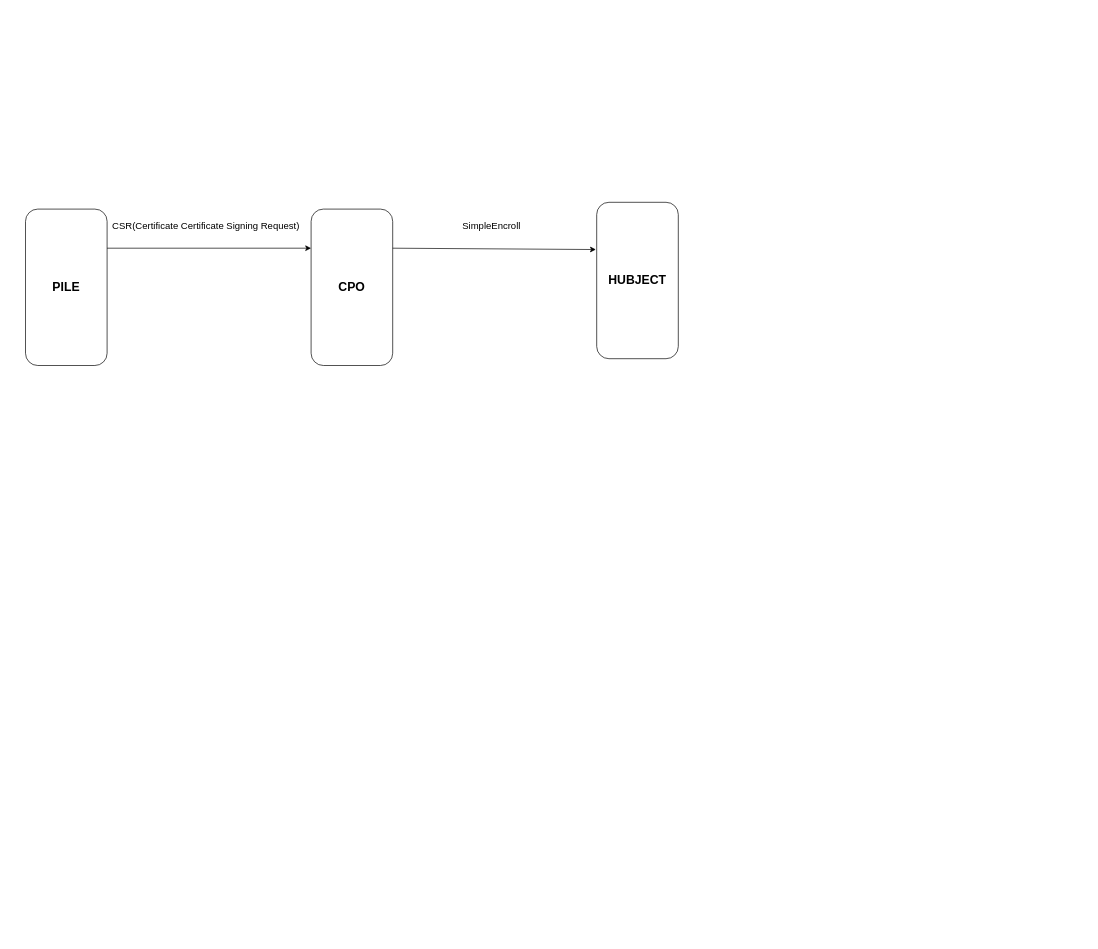
This is Untitled Diagram.drawio from piaoransheng/draw.io, a draw.io file, before an edit. Source tidied: cells renumbered, new cells numbered last; positions are measured from the earlier drawing's top-left corner, leaving out a move shared by most shapes. Both pictures are drawn from the tidied source at 68%, with x=0, y=0 at pixel (25, 202).
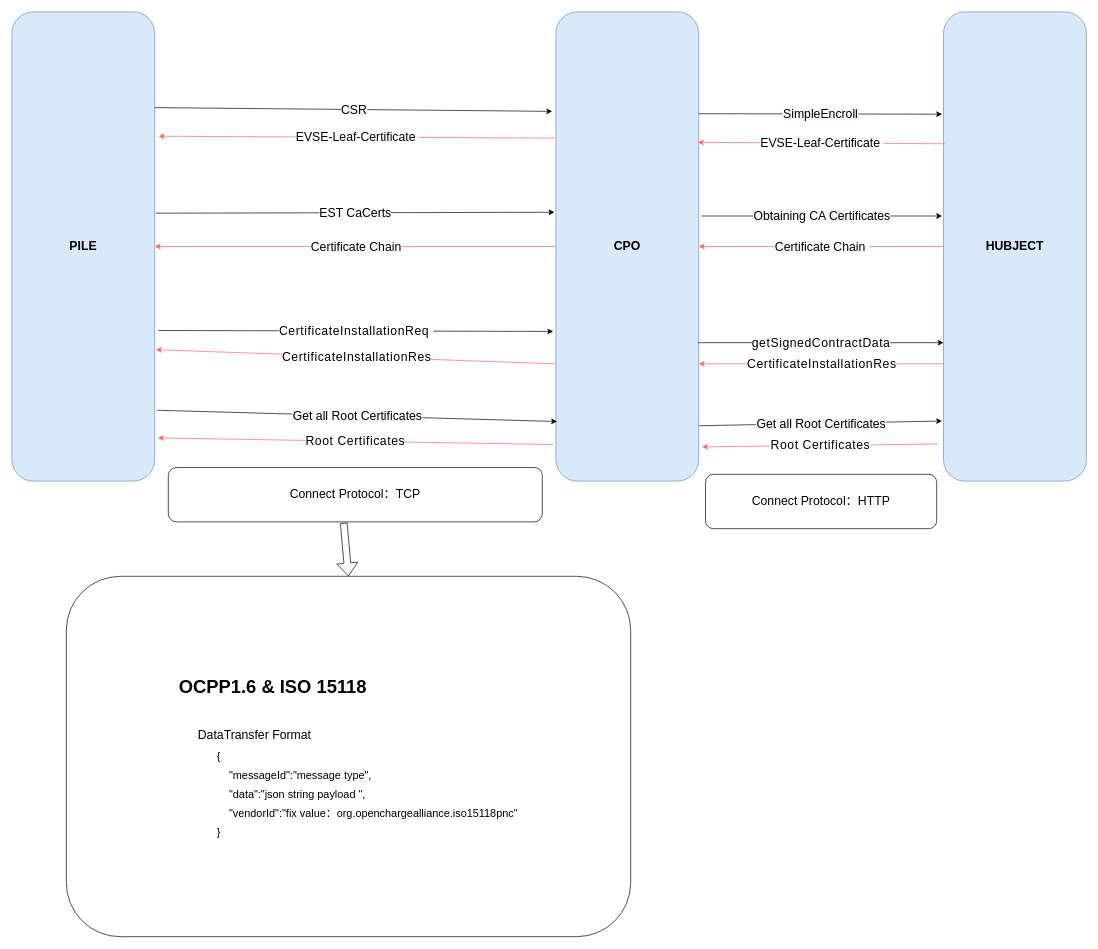
After the change.

Change to the diagram source:
```diff
@@
-    <mxCell id="2" value="&lt;b&gt;&lt;font style=&quot;font-size: 18px;&quot;&gt;PILE&lt;/font&gt;&lt;/b&gt;" style="rounded=1;whiteSpace=wrap;html=1;fontSize=12;glass=0;strokeWidth=1;shadow=0;" parent="1" vertex="1">
-      <mxGeometry y="10" width="120" height="230" as="geometry" />
+    <mxCell id="2" value="&lt;b&gt;&lt;font style=&quot;font-size: 18px;&quot;&gt;PILE&lt;/font&gt;&lt;/b&gt;" style="rounded=1;whiteSpace=wrap;html=1;fontSize=12;glass=0;strokeWidth=1;shadow=0;fillColor=#dae8fc;strokeColor=#6c8ebf;" parent="1" vertex="1">
+      <mxGeometry x="-20" y="-280" width="210" height="690" as="geometry" />
     </mxCell>
-    <mxCell id="3" value="&lt;b&gt;&lt;font style=&quot;font-size: 18px;&quot;&gt;CPO&lt;/font&gt;&lt;/b&gt;" style="rounded=1;whiteSpace=wrap;html=1;fontSize=12;glass=0;strokeWidth=1;shadow=0;" parent="1" vertex="1">
-      <mxGeometry x="420" y="10" width="120" height="230" as="geometry" />
+    <mxCell id="3" value="&lt;b&gt;&lt;font style=&quot;font-size: 18px;&quot;&gt;CPO&lt;/font&gt;&lt;/b&gt;" style="rounded=1;whiteSpace=wrap;html=1;fontSize=12;glass=0;strokeWidth=1;shadow=0;fillColor=#dae8fc;strokeColor=#6c8ebf;" parent="1" vertex="1">
+      <mxGeometry x="780" y="-280" width="210" height="690" as="geometry" />
     </mxCell>
-    <mxCell id="4" style="endArrow=classic;html=1;rounded=0;fontSize=14;entryX=0;entryY=0.25;entryDx=0;entryDy=0;exitX=1;exitY=0.25;exitDx=0;exitDy=0;" parent="1" edge="1" source="2" target="3">
-      <mxGeometry relative="1" as="geometry" />
-    </mxCell>
-    <mxCell id="5" style="endArrow=classic;html=1;rounded=0;fontSize=14;exitX=1;exitY=0.25;exitDx=0;exitDy=0;entryX=-0.01;entryY=0.302;entryDx=0;entryDy=0;entryPerimeter=0;" parent="1" edge="1" source="3" target="6">
-      <mxGeometry relative="1" as="geometry" />
-    </mxCell>
-    <mxCell id="6" value="&lt;b&gt;&lt;font style=&quot;font-size: 18px;&quot;&gt;HUBJECT&lt;/font&gt;&lt;/b&gt;" style="rounded=1;whiteSpace=wrap;html=1;fontSize=12;glass=0;strokeWidth=1;shadow=0;" parent="1" vertex="1">
-      <mxGeometry x="840" width="120" height="230" as="geometry" />
+    <mxCell id="6" value="&lt;b&gt;&lt;font style=&quot;font-size: 18px;&quot;&gt;HUBJECT&lt;/font&gt;&lt;/b&gt;" style="rounded=1;whiteSpace=wrap;html=1;fontSize=12;glass=0;strokeWidth=1;shadow=0;fillColor=#dae8fc;strokeColor=#6c8ebf;" parent="1" vertex="1">
+      <mxGeometry x="1350" y="-280" width="210" height="690" as="geometry" />
     </mxCell>
-    <mxCell id="7" value="CSR(Certificate&amp;nbsp;&lt;span style=&quot;text-align: left; background-color: initial;&quot;&gt;Certificate Signing Request)&lt;/span&gt;" style="text;html=1;align=center;verticalAlign=middle;fillColor=none;strokeColor=none;rounded=0;fontSize=14;" parent="1" vertex="1">
-      <mxGeometry x="120" y="25" width="290" height="20" as="geometry" />
-    </mxCell>
+    <mxCell id="9" style="endArrow=classic;html=1;rounded=0;fontSize=14;entryX=-0.026;entryY=0.212;entryDx=0;entryDy=0;entryPerimeter=0;exitX=1.001;exitY=0.204;exitDx=0;exitDy=0;exitPerimeter=0;" parent="1" edge="1" source="2" target="3">
+      <mxGeometry relative="1" as="geometry" />
+    </mxCell>
+    <mxCell id="10" value="&lt;span style=&quot;background-color: rgb(248, 249, 250);&quot;&gt;&lt;font style=&quot;font-size: 18px;&quot;&gt;CSR&lt;/font&gt;&lt;/span&gt;" style="edgeLabel;html=1;align=center;verticalAlign=middle;fontSize=14;" parent="9" vertex="1">
+      <mxGeometry relative="1" as="geometry" />
+    </mxCell>
+    <mxCell id="11" style="endArrow=classic;html=1;rounded=0;fontSize=14;exitX=1;exitY=0.217;exitDx=0;exitDy=0;exitPerimeter=0;entryX=-0.01;entryY=0.218;entryDx=0;entryDy=0;entryPerimeter=0;" parent="1" edge="1" source="3" target="6">
+      <mxGeometry relative="1" as="geometry" />
+    </mxCell>
-    <mxCell id="8" value="SimpleEncroll" style="text;html=1;align=center;verticalAlign=middle;fillColor=none;strokeColor=none;rounded=0;fontSize=14;" parent="1" vertex="1">
-      <mxGeometry x="635" y="25" width="100" height="20" as="geometry" />
+    <mxCell id="8" value="&lt;span style=&quot;background-color: rgb(248, 249, 250);&quot;&gt;&lt;font style=&quot;font-size: 18px;&quot;&gt;SimpleEncroll&lt;/font&gt;&lt;/span&gt;" style="edgeLabel;html=1;align=center;verticalAlign=middle;fontSize=14;" parent="11" vertex="1">
+      <mxGeometry relative="1" as="geometry" />
     </mxCell>
+    <mxCell id="12" style="endArrow=classic;html=1;rounded=0;fontSize=14;exitX=1.008;exitY=0.429;exitDx=0;exitDy=0;exitPerimeter=0;entryX=-0.01;entryY=0.427;entryDx=0;entryDy=0;entryPerimeter=0;" parent="1" edge="1" source="2" target="3">
+      <mxGeometry relative="1" as="geometry" />
+    </mxCell>
+    <mxCell id="13" value="&lt;span style=&quot;background-color: rgb(248, 249, 250);&quot;&gt;&lt;font style=&quot;font-size: 18px;&quot;&gt;EST CaCerts&lt;/font&gt;&lt;/span&gt;" style="edgeLabel;html=1;align=center;verticalAlign=middle;fontSize=14;" parent="12" vertex="1">
+      <mxGeometry relative="1" as="geometry" />
+    </mxCell>
+    <mxCell id="14" style="endArrow=classic;html=1;rounded=0;fontSize=14;exitX=1.018;exitY=0.435;exitDx=0;exitDy=0;exitPerimeter=0;entryX=-0.01;entryY=0.435;entryDx=0;entryDy=0;entryPerimeter=0;" parent="1" edge="1" source="3" target="6">
+      <mxGeometry relative="1" as="geometry" />
+    </mxCell>
+    <mxCell id="15" value="&lt;span style=&quot;background-color: rgb(248, 249, 250);&quot;&gt;&lt;font style=&quot;font-size: 18px;&quot;&gt;Obtaining CA Certificates&lt;/font&gt;&lt;/span&gt;" style="edgeLabel;html=1;align=center;verticalAlign=middle;fontSize=14;" parent="14" vertex="1">
+      <mxGeometry relative="1" as="geometry" />
+    </mxCell>
+    <mxCell id="16" style="endArrow=classic;html=1;rounded=0;fontSize=14;exitX=1.027;exitY=0.679;exitDx=0;exitDy=0;exitPerimeter=0;entryX=-0.019;entryY=0.681;entryDx=0;entryDy=0;entryPerimeter=0;" parent="1" edge="1" source="2" target="3">
+      <mxGeometry relative="1" as="geometry" />
+    </mxCell>
+    <mxCell id="17" value="&lt;span style=&quot;letter-spacing: 0.6pt;&quot; lang=&quot;EN-US&quot;&gt;&lt;font style=&quot;font-size: 18px;&quot;&gt;CertificateInstallationReq&amp;nbsp;&lt;/font&gt;&lt;/span&gt;" style="edgeLabel;html=1;align=center;verticalAlign=middle;fontSize=14;" parent="16" vertex="1">
+      <mxGeometry relative="1" as="geometry" />
+    </mxCell>
+    <mxCell id="18" style="endArrow=classic;html=1;rounded=0;fontSize=14;exitX=0.994;exitY=0.705;exitDx=0;exitDy=0;exitPerimeter=0;entryX=0;entryY=0.705;entryDx=0;entryDy=0;entryPerimeter=0;" parent="1" edge="1" source="3" target="6">
+      <mxGeometry relative="1" as="geometry" />
+    </mxCell>
+    <mxCell id="19" value="&lt;span style=&quot;font-family: 微软雅黑, sans-serif; letter-spacing: 0.6pt;&quot; lang=&quot;EN-US&quot;&gt;&lt;font style=&quot;font-size: 18px;&quot;&gt;getSignedContractData&lt;/font&gt;&lt;/span&gt;" style="edgeLabel;html=1;align=center;verticalAlign=middle;fontSize=14;" parent="18" vertex="1">
+      <mxGeometry relative="1" as="geometry" />
+    </mxCell>
+    <mxCell id="20" style="endArrow=classic;html=1;rounded=0;fontSize=14;exitX=1.018;exitY=0.849;exitDx=0;exitDy=0;exitPerimeter=0;entryX=0.008;entryY=0.873;entryDx=0;entryDy=0;entryPerimeter=0;" parent="1" edge="1" source="2" target="3">
+      <mxGeometry relative="1" as="geometry" />
+    </mxCell>
+    <mxCell id="21" value="&lt;span style=&quot;background-color: rgb(248, 249, 250);&quot;&gt;&lt;font style=&quot;font-size: 18px;&quot;&gt;Get all Root Certificates&lt;/font&gt;&lt;/span&gt;" style="edgeLabel;html=1;align=center;verticalAlign=middle;fontSize=14;" parent="20" vertex="1">
+      <mxGeometry relative="1" as="geometry" />
+    </mxCell>
+    <mxCell id="22" style="endArrow=classic;html=1;rounded=0;fontSize=14;exitX=1.003;exitY=0.882;exitDx=0;exitDy=0;exitPerimeter=0;entryX=-0.01;entryY=0.872;entryDx=0;entryDy=0;entryPerimeter=0;" parent="1" edge="1" source="3" target="6">
+      <mxGeometry relative="1" as="geometry" />
+    </mxCell>
+    <mxCell id="23" value="&lt;span style=&quot;background-color: rgb(248, 249, 250);&quot;&gt;&lt;font style=&quot;font-size: 18px;&quot;&gt;Get all Root Certificates&lt;/font&gt;&lt;/span&gt;" style="edgeLabel;html=1;align=center;verticalAlign=middle;fontSize=14;" parent="22" vertex="1">
+      <mxGeometry relative="1" as="geometry" />
+    </mxCell>
+    <mxCell id="24" style="endArrow=classic;html=1;rounded=0;fontSize=14;entryX=0.994;entryY=0.278;entryDx=0;entryDy=0;entryPerimeter=0;exitX=0.008;exitY=0.281;exitDx=0;exitDy=0;exitPerimeter=0;fillColor=#e51400;strokeColor=#FF6666;" parent="1" edge="1" source="6" target="3">
+      <mxGeometry relative="1" as="geometry" />
+    </mxCell>
+    <mxCell id="25" value="&lt;font style=&quot;font-size: 18px;&quot;&gt;EVSE-Leaf-Certificate&amp;nbsp;&lt;/font&gt;" style="edgeLabel;html=1;align=center;verticalAlign=middle;fontSize=14;" parent="24" vertex="1">
+      <mxGeometry relative="1" as="geometry" />
+    </mxCell>
+    <mxCell id="26" style="endArrow=classic;html=1;rounded=0;fontSize=14;exitX=-0.009;exitY=0.269;exitDx=0;exitDy=0;exitPerimeter=0;entryX=1.027;entryY=0.265;entryDx=0;entryDy=0;entryPerimeter=0;fillColor=#e51400;strokeColor=#FF6666;" parent="1" edge="1" source="3" target="2">
+      <mxGeometry relative="1" as="geometry" />
+    </mxCell>
+    <mxCell id="27" value="&lt;font style=&quot;font-size: 18px;&quot;&gt;EVSE-Leaf-Certificate&amp;nbsp;&lt;/font&gt;" style="edgeLabel;html=1;align=center;verticalAlign=middle;fontSize=14;" parent="26" vertex="1">
+      <mxGeometry relative="1" as="geometry" />
+    </mxCell>
+    <mxCell id="28" style="endArrow=classic;html=1;rounded=0;fontSize=14;entryX=1;entryY=0.5;entryDx=0;entryDy=0;exitX=0;exitY=0.5;exitDx=0;exitDy=0;fillColor=#e51400;strokeColor=#FF6666;" parent="1" edge="1" source="6" target="3">
+      <mxGeometry relative="1" as="geometry" />
+    </mxCell>
+    <mxCell id="29" value="&lt;font style=&quot;font-size: 18px;&quot;&gt;Certificate Chain&amp;nbsp;&lt;/font&gt;" style="edgeLabel;html=1;align=center;verticalAlign=middle;fontSize=14;" parent="28" vertex="1">
+      <mxGeometry relative="1" as="geometry" />
+    </mxCell>
+    <mxCell id="30" style="endArrow=classic;html=1;rounded=0;fontSize=14;entryX=1;entryY=0.5;entryDx=0;entryDy=0;exitX=0;exitY=0.5;exitDx=0;exitDy=0;fillColor=#e51400;strokeColor=#FF6666;" parent="1" edge="1" source="3" target="2">
+      <mxGeometry relative="1" as="geometry" />
+    </mxCell>
+    <mxCell id="31" value="&lt;font style=&quot;font-size: 18px;&quot;&gt;Certificate Chain&lt;/font&gt;" style="edgeLabel;html=1;align=center;verticalAlign=middle;fontSize=14;" parent="30" vertex="1">
+      <mxGeometry relative="1" as="geometry" />
+    </mxCell>
+    <mxCell id="32" style="endArrow=classic;html=1;rounded=0;fontSize=14;entryX=1;entryY=0.75;entryDx=0;entryDy=0;exitX=0;exitY=0.75;exitDx=0;exitDy=0;fillColor=#e51400;strokeColor=#FF6666;" parent="1" edge="1" source="6" target="3">
+      <mxGeometry relative="1" as="geometry" />
+    </mxCell>
+    <mxCell id="33" value="&lt;div style=&quot;text-align: start;&quot;&gt;&lt;span style=&quot;letter-spacing: 0.8px; text-align: center;&quot;&gt;&lt;font style=&quot;font-size: 18px;&quot;&gt;CertificateInstallationRes&lt;/font&gt;&lt;/span&gt;&lt;br&gt;&lt;/div&gt;" style="edgeLabel;html=1;align=center;verticalAlign=middle;fontSize=14;" parent="32" vertex="1">
+      <mxGeometry relative="1" as="geometry" />
+    </mxCell>
+    <mxCell id="34" style="endArrow=classic;html=1;rounded=0;fontSize=14;entryX=1.008;entryY=0.72;entryDx=0;entryDy=0;exitX=0;exitY=0.75;exitDx=0;exitDy=0;entryPerimeter=0;fillColor=#e51400;strokeColor=#FF6666;" parent="1" edge="1" source="3" target="2">
+      <mxGeometry relative="1" as="geometry" />
+    </mxCell>
+    <mxCell id="35" value="&lt;div style=&quot;text-align: start;&quot;&gt;&lt;span style=&quot;letter-spacing: 0.8px; text-align: center;&quot;&gt;&lt;font style=&quot;font-size: 18px;&quot;&gt;CertificateInstallationRes&lt;/font&gt;&lt;/span&gt;&lt;br&gt;&lt;/div&gt;" style="edgeLabel;html=1;align=center;verticalAlign=middle;fontSize=14;" parent="34" vertex="1">
+      <mxGeometry relative="1" as="geometry" />
+    </mxCell>
+    <mxCell id="36" style="endArrow=classic;html=1;rounded=0;fontSize=14;entryX=1.023;entryY=0.927;entryDx=0;entryDy=0;exitX=-0.038;exitY=0.921;exitDx=0;exitDy=0;entryPerimeter=0;exitPerimeter=0;fillColor=#e51400;strokeColor=#FF6666;" parent="1" edge="1" source="6" target="3">
+      <mxGeometry relative="1" as="geometry" />
+    </mxCell>
+    <mxCell id="37" value="&lt;div style=&quot;text-align: start;&quot;&gt;&lt;span style=&quot;letter-spacing: 0.8px; text-align: center;&quot;&gt;&lt;font style=&quot;font-size: 18px;&quot;&gt;Root Certificates&lt;/font&gt;&lt;/span&gt;&lt;br&gt;&lt;/div&gt;" style="edgeLabel;html=1;align=center;verticalAlign=middle;fontSize=14;" parent="36" vertex="1">
+      <mxGeometry relative="1" as="geometry" />
+    </mxCell>
+    <mxCell id="38" style="endArrow=classic;html=1;rounded=0;fontSize=14;entryX=1.022;entryY=0.908;entryDx=0;entryDy=0;exitX=-0.02;exitY=0.922;exitDx=0;exitDy=0;entryPerimeter=0;exitPerimeter=0;fillColor=#e51400;strokeColor=#FF6666;" parent="1" edge="1" source="3" target="2">
+      <mxGeometry relative="1" as="geometry" />
+    </mxCell>
+    <mxCell id="39" value="&lt;div style=&quot;text-align: start;&quot;&gt;&lt;span style=&quot;letter-spacing: 0.8px; text-align: center;&quot;&gt;&lt;font style=&quot;font-size: 18px;&quot;&gt;Root Certificates&lt;/font&gt;&lt;/span&gt;&lt;br&gt;&lt;/div&gt;" style="edgeLabel;html=1;align=center;verticalAlign=middle;fontSize=14;" parent="38" vertex="1">
+      <mxGeometry relative="1" as="geometry" />
+    </mxCell>
+    <mxCell id="40" value="&lt;article data-content=&quot;[{&amp;quot;type&amp;quot;:&amp;quot;block&amp;quot;,&amp;quot;id&amp;quot;:&amp;quot;Cxpn-1652323043085&amp;quot;,&amp;quot;name&amp;quot;:&amp;quot;paragraph&amp;quot;,&amp;quot;data&amp;quot;:{},&amp;quot;nodes&amp;quot;:[{&amp;quot;type&amp;quot;:&amp;quot;text&amp;quot;,&amp;quot;id&amp;quot;:&amp;quot;qzmt-1652323043084&amp;quot;,&amp;quot;leaves&amp;quot;:[{&amp;quot;text&amp;quot;:&amp;quot;DataTransfer&amp;quot;,&amp;quot;marks&amp;quot;:[]}]}],&amp;quot;state&amp;quot;:{}}]&quot;&gt;&lt;div style=&quot;line-height: 1.75; text-align: left;&quot;&gt;&lt;font style=&quot;font-size: 18px;&quot;&gt;Connect Protocol：HTTP&lt;/font&gt;&lt;/div&gt;&lt;/article&gt;" style="rounded=1;whiteSpace=wrap;html=1;fontFamily=Helvetica;fontSize=18;" parent="1" vertex="1">
+      <mxGeometry x="1000" y="400" width="340" height="80" as="geometry" />
+    </mxCell>
+    <mxCell id="41" value="&lt;article data-content=&quot;[{&amp;quot;type&amp;quot;:&amp;quot;block&amp;quot;,&amp;quot;id&amp;quot;:&amp;quot;Cxpn-1652323043085&amp;quot;,&amp;quot;name&amp;quot;:&amp;quot;paragraph&amp;quot;,&amp;quot;data&amp;quot;:{},&amp;quot;nodes&amp;quot;:[{&amp;quot;type&amp;quot;:&amp;quot;text&amp;quot;,&amp;quot;id&amp;quot;:&amp;quot;qzmt-1652323043084&amp;quot;,&amp;quot;leaves&amp;quot;:[{&amp;quot;text&amp;quot;:&amp;quot;DataTransfer&amp;quot;,&amp;quot;marks&amp;quot;:[]}]}],&amp;quot;state&amp;quot;:{}}]&quot;&gt;&lt;div style=&quot;line-height: 1.75; text-align: left;&quot;&gt;&lt;font style=&quot;font-size: 18px;&quot;&gt;Connect Protocol：TCP&lt;/font&gt;&lt;/div&gt;&lt;/article&gt;" style="rounded=1;whiteSpace=wrap;html=1;fontFamily=Helvetica;fontSize=18;" parent="1" vertex="1">
+      <mxGeometry x="210" y="390" width="550" height="80" as="geometry" />
+    </mxCell>
+    <mxCell id="42" style="shape=flexArrow;endArrow=classic;html=1;rounded=0;fontFamily=Helvetica;fontSize=14;fontColor=#FF3333;strokeColor=#000000;exitX=0.469;exitY=1.019;exitDx=0;exitDy=0;exitPerimeter=0;entryX=0.5;entryY=0;entryDx=0;entryDy=0;" parent="1" edge="1" source="41" target="43">
+      <mxGeometry relative="1" as="geometry" />
+    </mxCell>
+    <mxCell id="43" value="&lt;article data-content=&quot;[{&amp;quot;type&amp;quot;:&amp;quot;block&amp;quot;,&amp;quot;id&amp;quot;:&amp;quot;Cxpn-1652323043085&amp;quot;,&amp;quot;name&amp;quot;:&amp;quot;paragraph&amp;quot;,&amp;quot;data&amp;quot;:{},&amp;quot;nodes&amp;quot;:[{&amp;quot;type&amp;quot;:&amp;quot;text&amp;quot;,&amp;quot;id&amp;quot;:&amp;quot;qzmt-1652323043084&amp;quot;,&amp;quot;leaves&amp;quot;:[{&amp;quot;text&amp;quot;:&amp;quot;DataTransfer&amp;quot;,&amp;quot;marks&amp;quot;:[]}]}],&amp;quot;state&amp;quot;:{}}]&quot;&gt;&lt;div style=&quot;line-height: 1.75; text-align: left;&quot;&gt;&lt;b style=&quot;background-color: initial;&quot;&gt;&lt;font style=&quot;font-size: 27px;&quot;&gt;OCPP1.6 &amp;amp; ISO 15118&lt;/font&gt;&lt;/b&gt;&lt;br&gt;&lt;/div&gt;&lt;div style=&quot;line-height: 1.75; text-align: left;&quot;&gt;&lt;b style=&quot;background-color: initial;&quot;&gt;&lt;br&gt;&lt;/b&gt;&lt;/div&gt;&lt;div style=&quot;line-height: 1.75; text-align: left;&quot;&gt;&lt;div style=&quot;font-size: 16px; line-height: 1.75; margin-left: 28px;&quot;&gt;&lt;font style=&quot;font-size: 18px;&quot;&gt;DataTransfer Format&lt;/font&gt;&lt;/div&gt;&lt;div style=&quot;font-size: 16px; line-height: 1.75; margin-left: 28px;&quot;&gt;&lt;font style=&quot;font-size: 18px;&quot;&gt;&lt;div style=&quot;font-size: 16px; line-height: 1.75; margin-left: 28px;&quot;&gt;{&lt;/div&gt;&lt;div style=&quot;font-size: 16px; line-height: 1.75; margin-left: 28px;&quot;&gt;&amp;nbsp;&amp;nbsp;&amp;nbsp;&amp;nbsp;&quot;messageId&quot;:&quot;message type&quot;,&lt;/div&gt;&lt;div style=&quot;font-size: 16px; line-height: 1.75; margin-left: 28px;&quot;&gt;&amp;nbsp;&amp;nbsp;&amp;nbsp;&amp;nbsp;&quot;data&quot;:&quot;json string&amp;nbsp;&lt;span style=&quot;background-color: initial;&quot;&gt;payload&lt;/span&gt;&lt;span style=&quot;background-color: initial;&quot;&gt;&amp;nbsp;&lt;/span&gt;&lt;span style=&quot;background-color: initial;&quot;&gt;&quot;,&lt;/span&gt;&lt;/div&gt;&lt;div style=&quot;font-size: 16px; line-height: 1.75; margin-left: 28px;&quot;&gt;&amp;nbsp;&amp;nbsp;&amp;nbsp;&amp;nbsp;&quot;vendorId&quot;:&quot;fix value：org.openchargealliance.iso15118pnc&quot;&lt;/div&gt;&lt;div style=&quot;font-size: 16px; line-height: 1.75; margin-left: 28px;&quot;&gt;}&lt;/div&gt;&lt;/font&gt;&lt;/div&gt;&lt;/div&gt;&lt;/article&gt;" style="rounded=1;whiteSpace=wrap;html=1;fontFamily=Helvetica;fontSize=18;" parent="1" vertex="1">
+      <mxGeometry x="60" y="550" width="830" height="530" as="geometry" />
+    </mxCell>
```
